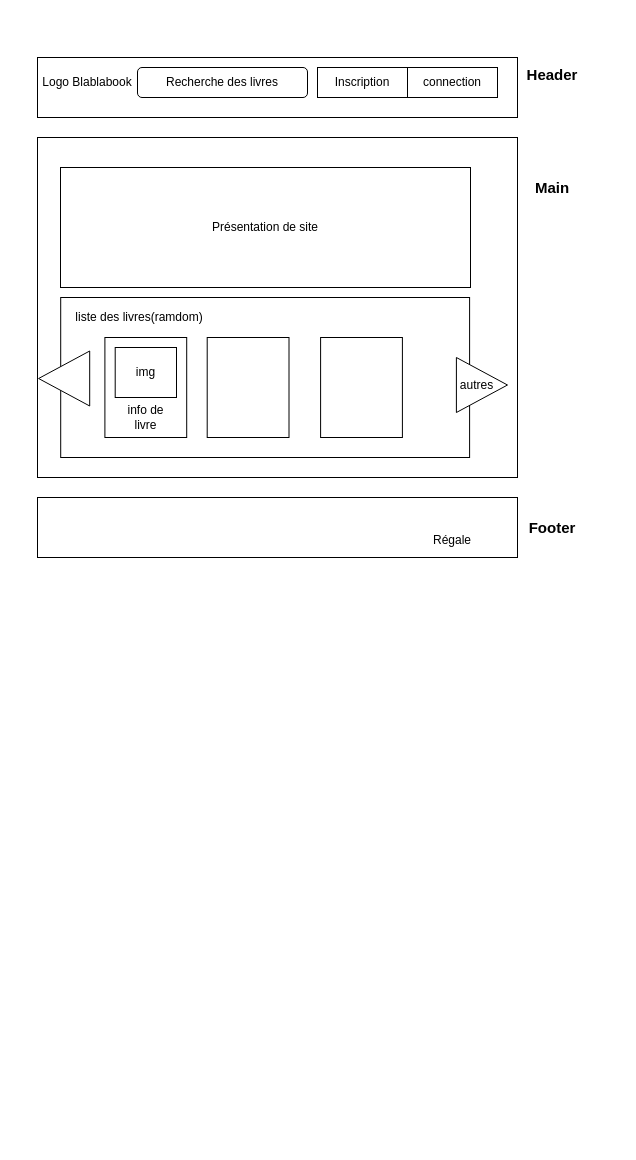
This is Cahier des charges/wireframe/accueil.drawio from HarukaIZUMI18/Blablabook-Haruka, a draw.io file, before an edit. Source tidied: cells renumbered, new cells numbered last; positions are measured from the earlier drawing's top-left corner, leaving out a move shared by most shapes. Both pictures are drawn from the tidied source at 100%, with x=0, y=0 at pixel (17, 57).
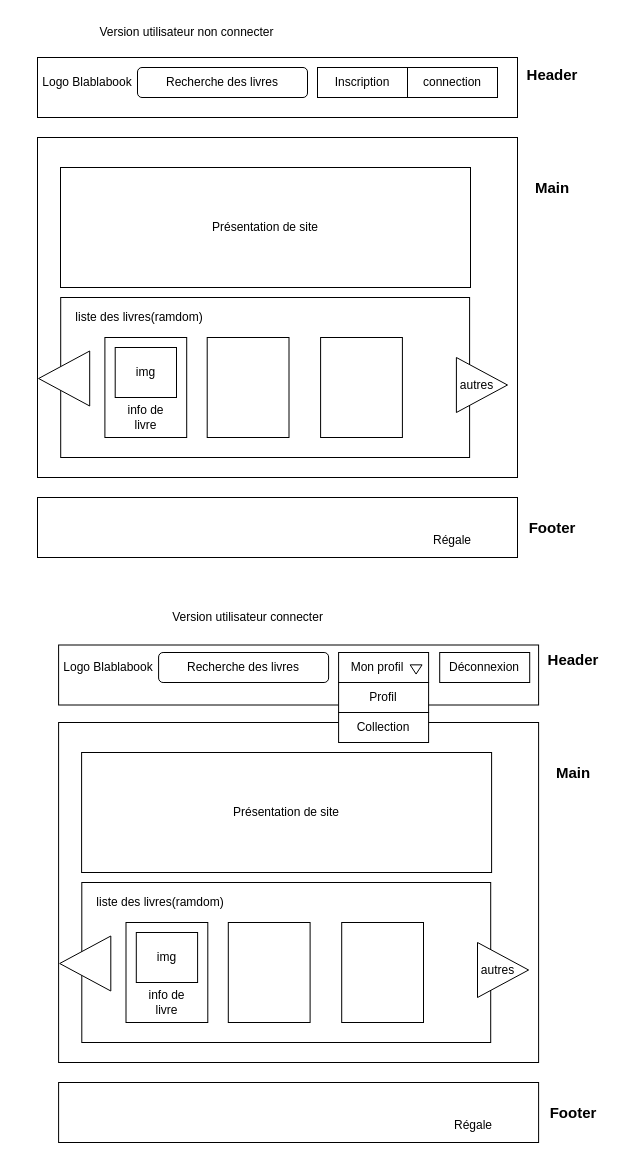
The same page after the edit.

Commit message (it also covers changes not shown here):
Modification wireframe accueil / user storie

Change to the diagram source:
```diff
@@
+    <mxCell id="28" style="rounded=0;whiteSpace=wrap;html=1;" parent="1" vertex="1">
+      <mxGeometry x="41.1" y="665" width="480" height="340" as="geometry" />
+    </mxCell>
+    <mxCell id="29" value="&lt;b&gt;&lt;font style=&quot;font-size: 15px;&quot;&gt;Header&lt;/font&gt;&lt;/b&gt;&lt;div&gt;&lt;br&gt;&lt;/div&gt;" style="text;html=1;align=center;verticalAlign=middle;whiteSpace=wrap;rounded=0;" parent="1" vertex="1">
+      <mxGeometry x="511.1" y="590" width="90" height="40" as="geometry" />
+    </mxCell>
+    <mxCell id="30" style="group;" parent="1" vertex="1">
+      <mxGeometry x="422.2" y="595" width="98.9" height="52.5" as="geometry" />
+    </mxCell>
+    <mxCell id="31" style="rounded=0;whiteSpace=wrap;html=1;" parent="30" vertex="1">
+      <mxGeometry x="-381.1" y="-7.5" width="480" height="60" as="geometry" />
+    </mxCell>
+    <mxCell id="32" style="rounded=0;whiteSpace=wrap;html=1;" parent="30" vertex="1">
+      <mxGeometry width="90" height="30" as="geometry" />
+    </mxCell>
+    <mxCell id="33" value="Déconnexion" style="text;html=1;align=center;verticalAlign=middle;whiteSpace=wrap;rounded=0;" parent="30" vertex="1">
+      <mxGeometry x="15" width="60" height="30" as="geometry" />
+    </mxCell>
+    <mxCell id="34" value="&lt;div&gt;&lt;span style=&quot;font-size: 15px;&quot;&gt;&lt;b&gt;Main&lt;/b&gt;&lt;/span&gt;&lt;/div&gt;" style="text;html=1;align=center;verticalAlign=middle;whiteSpace=wrap;rounded=0;" parent="1" vertex="1">
+      <mxGeometry x="511.1" y="695" width="90" height="40" as="geometry" />
+    </mxCell>
+    <mxCell id="35" value="Logo Blablabook" style="text;html=1;align=center;verticalAlign=middle;whiteSpace=wrap;rounded=0;" parent="1" vertex="1">
+      <mxGeometry x="21.1" y="595" width="140" height="30" as="geometry" />
+    </mxCell>
+    <mxCell id="36" style="rounded=0;whiteSpace=wrap;html=1;" parent="1" vertex="1">
+      <mxGeometry x="41.1" y="1025" width="480" height="60" as="geometry" />
+    </mxCell>
+    <mxCell id="37" value="&lt;div&gt;&lt;span style=&quot;font-size: 15px;&quot;&gt;&lt;b&gt;Footer&lt;/b&gt;&lt;/span&gt;&lt;/div&gt;" style="text;html=1;align=center;verticalAlign=middle;whiteSpace=wrap;rounded=0;" parent="1" vertex="1">
+      <mxGeometry x="511.1" y="1035" width="90" height="40" as="geometry" />
+    </mxCell>
+    <mxCell id="38" value="Recherche des livres" style="rounded=1;whiteSpace=wrap;html=1;" parent="1" vertex="1">
+      <mxGeometry x="141.1" y="595" width="170" height="30" as="geometry" />
+    </mxCell>
+    <mxCell id="39" style="group;" parent="1" vertex="1">
+      <mxGeometry x="51.1" y="825" width="460" height="160" as="geometry" />
+    </mxCell>
+    <mxCell id="40" style="rounded=0;whiteSpace=wrap;html=1;" parent="39" vertex="1">
+      <mxGeometry x="13.2" width="408.9" height="160" as="geometry" />
+    </mxCell>
+    <mxCell id="41" value="liste des livres(ramdom)" style="text;html=1;align=center;verticalAlign=middle;whiteSpace=wrap;rounded=0;" parent="39" vertex="1">
+      <mxGeometry y="5" width="184" height="30" as="geometry" />
+    </mxCell>
+    <mxCell id="42" style="rounded=0;whiteSpace=wrap;html=1;" parent="39" vertex="1">
+      <mxGeometry x="159.7" y="40" width="81.8" height="100" as="geometry" />
+    </mxCell>
+    <mxCell id="43" style="rounded=0;whiteSpace=wrap;html=1;" parent="39" vertex="1">
+      <mxGeometry x="273.1" y="40" width="81.8" height="100" as="geometry" />
+    </mxCell>
+    <mxCell id="44" style="triangle;whiteSpace=wrap;html=1;" parent="39" vertex="1">
+      <mxGeometry x="408.9" y="60" width="51.1" height="55" as="geometry" />
+    </mxCell>
+    <mxCell id="45" value="autres" style="text;html=1;align=center;verticalAlign=middle;whiteSpace=wrap;rounded=0;" parent="39" vertex="1">
+      <mxGeometry x="398.7" y="72.5" width="61.3" height="30" as="geometry" />
+    </mxCell>
+    <mxCell id="46" style="group;" parent="39" vertex="1">
+      <mxGeometry x="20.4" y="40" width="81.8" height="100" as="geometry" />
+    </mxCell>
+    <mxCell id="47" style="rounded=0;whiteSpace=wrap;html=1;" parent="46" vertex="1">
+      <mxGeometry x="37" width="81.8" height="100" as="geometry" />
+    </mxCell>
+    <mxCell id="48" value="info de livre" style="text;html=1;align=center;verticalAlign=middle;whiteSpace=wrap;rounded=0;" parent="46" vertex="1">
+      <mxGeometry x="47.2" y="60" width="61.3" height="40" as="geometry" />
+    </mxCell>
+    <mxCell id="49" value="Présentation de site" style="rounded=0;whiteSpace=wrap;html=1;" parent="1" vertex="1">
+      <mxGeometry x="64.1" y="695" width="410" height="120" as="geometry" />
+    </mxCell>
+    <mxCell id="50" value="Régale" style="text;html=1;align=center;verticalAlign=middle;whiteSpace=wrap;rounded=0;" parent="1" vertex="1">
+      <mxGeometry x="391.1" y="1050" width="130" height="35" as="geometry" />
+    </mxCell>
+    <mxCell id="51" style="triangle;whiteSpace=wrap;html=1;direction=west;" parent="1" vertex="1">
+      <mxGeometry x="42.2" y="878.5" width="51.1" height="55" as="geometry" />
+    </mxCell>
+    <mxCell id="52" value="img" style="rounded=0;whiteSpace=wrap;html=1;" parent="1" vertex="1">
+      <mxGeometry x="118.8" y="875" width="61.3" height="50" as="geometry" />
+    </mxCell>
+    <mxCell id="53" style="rounded=0;whiteSpace=wrap;html=1;" parent="1" vertex="1">
+      <mxGeometry x="321.1" y="595" width="90" height="30" as="geometry" />
+    </mxCell>
+    <mxCell id="54" value="Mon profil" style="text;html=1;align=center;verticalAlign=middle;whiteSpace=wrap;rounded=0;" parent="1" vertex="1">
+      <mxGeometry x="330" y="595" width="60" height="30" as="geometry" />
+    </mxCell>
+    <mxCell id="55" style="triangle;whiteSpace=wrap;html=1;rotation=90;" parent="1" vertex="1">
+      <mxGeometry x="394" y="606" width="9.2" height="11.9" as="geometry" />
+    </mxCell>
+    <mxCell id="56" style="rounded=0;whiteSpace=wrap;html=1;" parent="1" vertex="1">
+      <mxGeometry x="321.1" y="625" width="90" height="30" as="geometry" />
+    </mxCell>
+    <mxCell id="57" style="rounded=0;whiteSpace=wrap;html=1;" parent="1" vertex="1">
+      <mxGeometry x="321.1" y="655" width="90" height="30" as="geometry" />
+    </mxCell>
+    <mxCell id="58" value="Profil" style="text;html=1;align=center;verticalAlign=middle;whiteSpace=wrap;rounded=0;" parent="1" vertex="1">
+      <mxGeometry x="336.1" y="625" width="60" height="30" as="geometry" />
+    </mxCell>
+    <mxCell id="59" value="Version utilisateur connecter" style="text;html=1;align=center;verticalAlign=middle;whiteSpace=wrap;rounded=0;" parent="1" vertex="1">
+      <mxGeometry x="141.1" y="545" width="178.9" height="30" as="geometry" />
+    </mxCell>
+    <mxCell id="60" value="Version utilisateur non connecter" style="text;html=1;align=center;verticalAlign=middle;whiteSpace=wrap;rounded=0;" parent="1" vertex="1">
+      <mxGeometry x="80" y="-40" width="178.9" height="30" as="geometry" />
+    </mxCell>
+    <mxCell id="61" value="Collection" style="text;html=1;align=center;verticalAlign=middle;whiteSpace=wrap;rounded=0;" parent="1" vertex="1">
+      <mxGeometry x="336.1" y="655" width="60" height="30" as="geometry" />
+    </mxCell>
```
